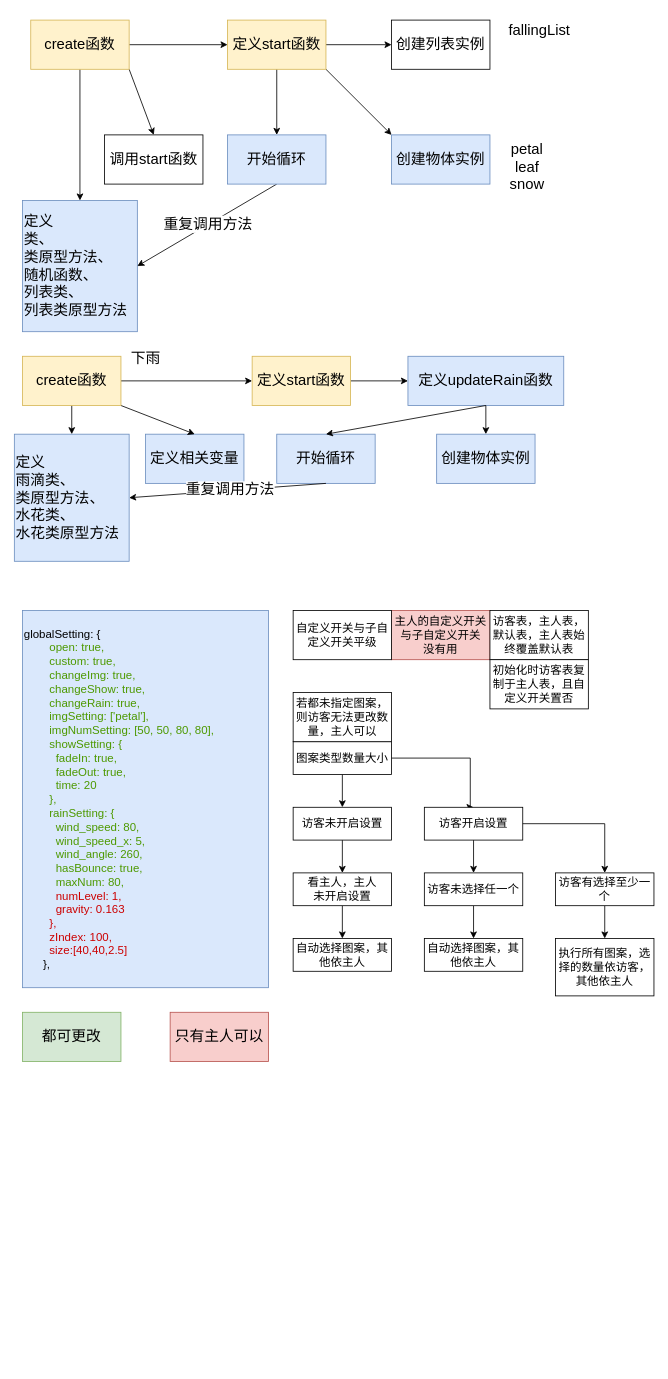
Before: 设计.drawio in qtqz/natural-falling-effect, a draw.io diagram. Source tidied: cells renumbered, new cells numbered last; positions are measured from the earlier drawing's top-left corner, leaving out a move shared by most shapes. Both pictures are drawn from the tidied source at 82%, with x=0, y=0 at pixel (14, 14).
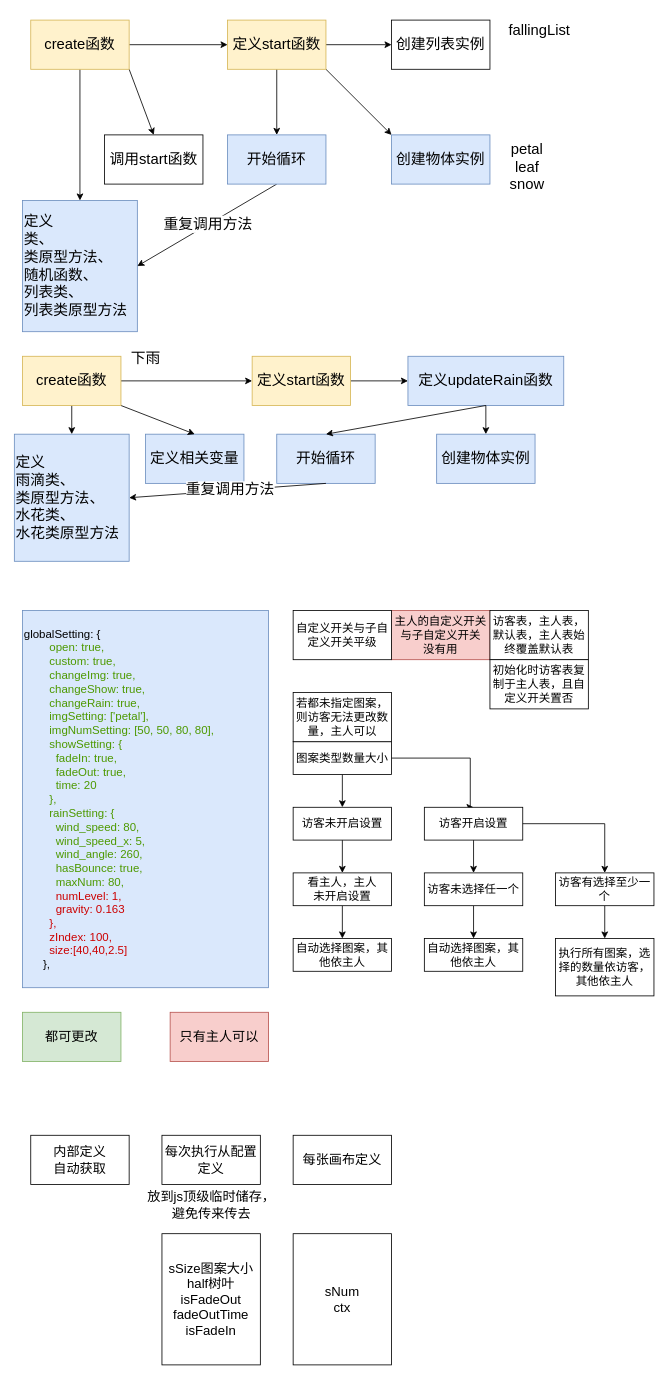
The same page after the edit.

Change to the diagram source:
```diff
@@
-    <mxCell id="54" value="都可更改" style="whiteSpace=wrap;html=1;strokeColor=#82b366;fontFamily=Helvetica;fontSize=18;fillColor=#d5e8d4;" parent="1" vertex="1">
+    <mxCell id="54" value="都可更改" style="whiteSpace=wrap;html=1;strokeColor=#82b366;fontFamily=Helvetica;fontSize=16;fillColor=#d5e8d4;" parent="1" vertex="1">
       <mxGeometry x="10" y="1217" width="120" height="60" as="geometry" />
     </mxCell>
-    <mxCell id="55" value="只有主人可以" style="whiteSpace=wrap;html=1;strokeColor=#b85450;fontFamily=Helvetica;fontSize=18;fillColor=#f8cecc;" parent="1" vertex="1">
+    <mxCell id="55" value="只有主人可以" style="whiteSpace=wrap;html=1;strokeColor=#b85450;fontFamily=Helvetica;fontSize=16;fillColor=#f8cecc;" parent="1" vertex="1">
       <mxGeometry x="190" y="1217" width="120" height="60" as="geometry" />
     </mxCell>
@@
+    <mxCell id="60" value="内部定义&lt;br&gt;自动获取" style="whiteSpace=wrap;html=1;fontSize=16;" parent="1" vertex="1">
+      <mxGeometry x="20" y="1367" width="120" height="60" as="geometry" />
+    </mxCell>
+    <mxCell id="61" value="每次执行从配置定义" style="whiteSpace=wrap;html=1;fontSize=16;" parent="1" vertex="1">
+      <mxGeometry x="180" y="1367" width="120" height="60" as="geometry" />
+    </mxCell>
+    <mxCell id="62" value="每张画布定义" style="whiteSpace=wrap;html=1;fontSize=16;" parent="1" vertex="1">
+      <mxGeometry x="340" y="1367" width="120" height="60" as="geometry" />
+    </mxCell>
+    <mxCell id="63" value="sSize图案大小&lt;br&gt;half树叶&lt;br&gt;isFadeOut fadeOutTime isFadeIn" style="whiteSpace=wrap;html=1;strokeColor=default;align=center;verticalAlign=middle;fontFamily=Helvetica;fontSize=16;fontColor=default;fillColor=default;" parent="1" vertex="1">
+      <mxGeometry x="180" y="1487" width="120" height="160" as="geometry" />
+    </mxCell>
+    <mxCell id="64" value="放到js顶级临时储存，&lt;br&gt;避免传来传去" style="text;html=1;align=center;verticalAlign=middle;strokeColor=none;fillColor=none;fontSize=16;fontFamily=Helvetica;fontColor=default;" parent="1" vertex="1">
+      <mxGeometry x="150" y="1427" width="180" height="50" as="geometry" />
+    </mxCell>
+    <mxCell id="65" value="sNum&lt;br&gt;ctx&lt;br&gt;" style="whiteSpace=wrap;html=1;strokeColor=default;align=center;verticalAlign=middle;fontFamily=Helvetica;fontSize=16;fontColor=default;fillColor=default;" parent="1" vertex="1">
+      <mxGeometry x="340" y="1487" width="120" height="160" as="geometry" />
+    </mxCell>
```
